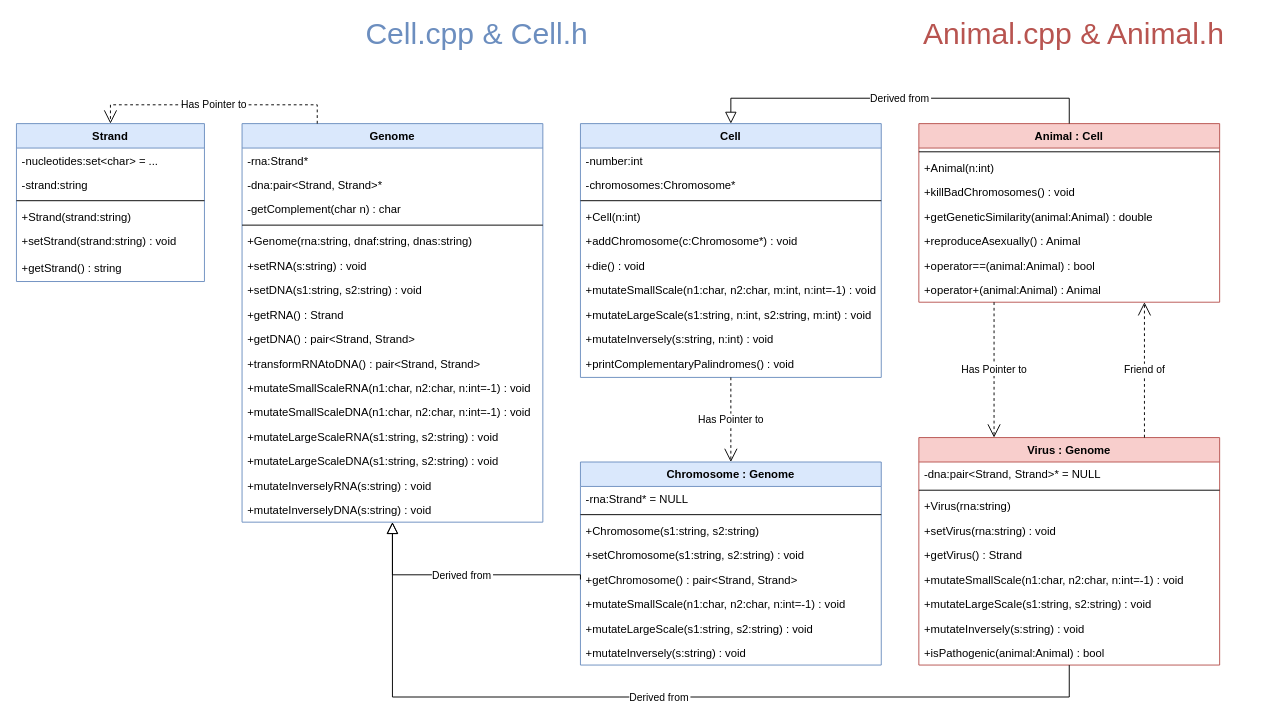
Earlier version of the draw.io diagram schema/classes.drawio (k-forghani/class-of-life). Source tidied: cells renumbered, new cells numbered last; positions are measured from the earlier drawing's top-left corner, leaving out a move shared by most shapes. Both pictures are drawn from the tidied source at 94%, with x=0, y=0 at pixel (16, 20).
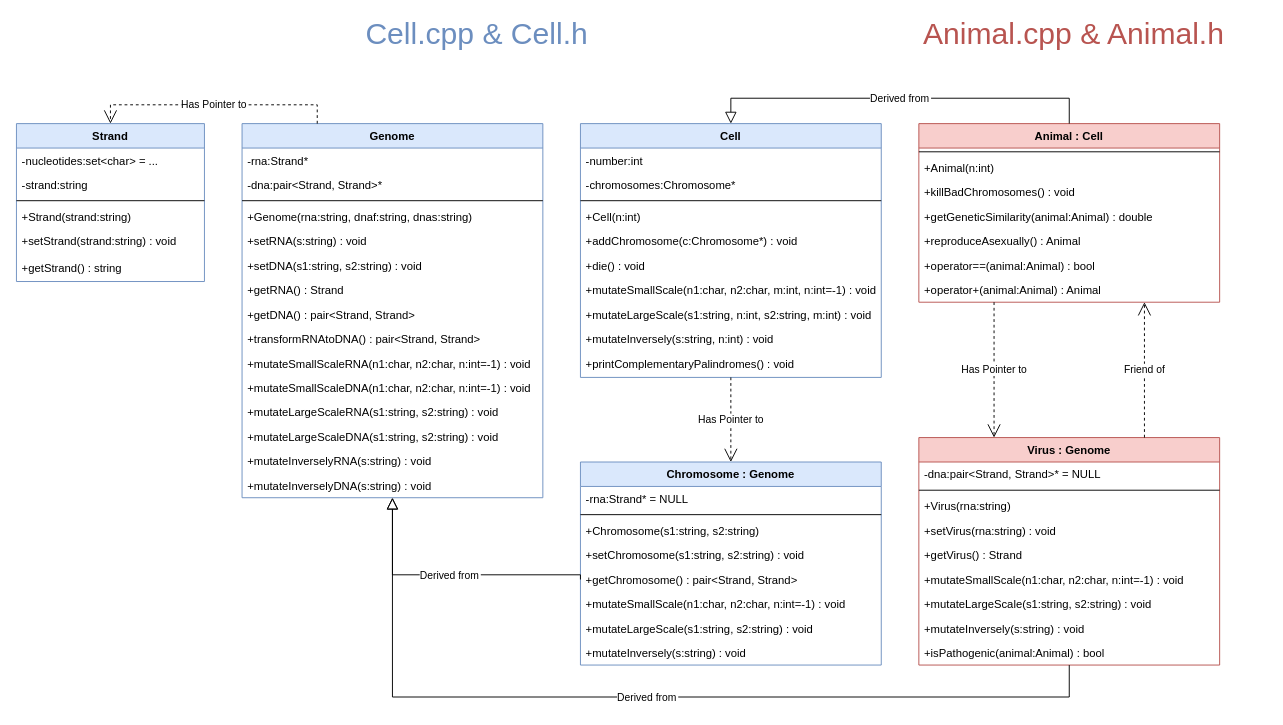
The same diagram, later.

Commit message (it also covers changes not shown here):
Transformed getComplement() into common functions

Change to the diagram source:
```diff
@@
     <mxCell id="2" value="Genome" style="swimlane;fontStyle=1;align=center;verticalAlign=top;horizontal=1;startSize=26;rounded=0;shadow=0;strokeWidth=1;fillColor=#dae8fc;strokeColor=#6c8ebf;gradientColor=none;swimlaneFillColor=default;" parent="1" vertex="1">
-      <mxGeometry x="240" y="110" width="320" height="424" as="geometry" />
+      <mxGeometry x="240" y="110" width="320" height="398" as="geometry" />
     </mxCell>
@@
-    <mxCell id="5" value="-getComplement(char n) : char" style="text;align=left;verticalAlign=top;spacingLeft=4;spacingRight=4;overflow=hidden;" parent="2" vertex="1">
-      <mxGeometry y="78" width="320" height="26" as="geometry" />
-    </mxCell>
     <mxCell id="6" style="line;html=1;strokeWidth=1;align=left;verticalAlign=middle;spacingTop=-1;spacingLeft=3;spacingRight=3;labelPosition=right;" parent="2" vertex="1">
-      <mxGeometry y="104" width="320" height="8" as="geometry" />
+      <mxGeometry y="78" width="320" height="8" as="geometry" />
     </mxCell>
     <mxCell id="7" value="+Genome(rna:string, dnaf:string, dnas:string)" style="text;align=left;verticalAlign=top;spacingLeft=4;spacingRight=4;overflow=hidden;" parent="2" vertex="1">
-      <mxGeometry y="112" width="320" height="26" as="geometry" />
+      <mxGeometry y="86" width="320" height="26" as="geometry" />
     </mxCell>
     <mxCell id="8" value="+setRNA(s:string) : void" style="text;align=left;verticalAlign=top;spacingLeft=4;spacingRight=4;overflow=hidden;" parent="2" vertex="1">
-      <mxGeometry y="138" width="320" height="26" as="geometry" />
+      <mxGeometry y="112" width="320" height="26" as="geometry" />
     </mxCell>
     <mxCell id="9" value="+setDNA(s1:string, s2:string) : void" style="text;align=left;verticalAlign=top;spacingLeft=4;spacingRight=4;overflow=hidden;" parent="2" vertex="1">
-      <mxGeometry y="164" width="320" height="26" as="geometry" />
+      <mxGeometry y="138" width="320" height="26" as="geometry" />
     </mxCell>
     <mxCell id="10" value="+getRNA() : Strand" style="text;align=left;verticalAlign=top;spacingLeft=4;spacingRight=4;overflow=hidden;" parent="2" vertex="1">
-      <mxGeometry y="190" width="320" height="26" as="geometry" />
+      <mxGeometry y="164" width="320" height="26" as="geometry" />
     </mxCell>
     <mxCell id="11" value="+getDNA() : pair&lt;Strand, Strand&gt;" style="text;align=left;verticalAlign=top;spacingLeft=4;spacingRight=4;overflow=hidden;" parent="2" vertex="1">
-      <mxGeometry y="216" width="320" height="26" as="geometry" />
+      <mxGeometry y="190" width="320" height="26" as="geometry" />
     </mxCell>
     <mxCell id="12" value="+transformRNAtoDNA() : pair&lt;Strand, Strand&gt;" style="text;align=left;verticalAlign=top;spacingLeft=4;spacingRight=4;overflow=hidden;" parent="2" vertex="1">
-      <mxGeometry y="242" width="320" height="26" as="geometry" />
+      <mxGeometry y="216" width="320" height="26" as="geometry" />
     </mxCell>
     <mxCell id="13" value="+mutateSmallScaleRNA(n1:char, n2:char, n:int=-1) : void" style="text;align=left;verticalAlign=top;spacingLeft=4;spacingRight=4;overflow=hidden;" parent="2" vertex="1">
-      <mxGeometry y="268" width="320" height="26" as="geometry" />
+      <mxGeometry y="242" width="320" height="26" as="geometry" />
     </mxCell>
     <mxCell id="14" value="+mutateSmallScaleDNA(n1:char, n2:char, n:int=-1) : void" style="text;align=left;verticalAlign=top;spacingLeft=4;spacingRight=4;overflow=hidden;" parent="2" vertex="1">
-      <mxGeometry y="294" width="320" height="26" as="geometry" />
+      <mxGeometry y="268" width="320" height="26" as="geometry" />
     </mxCell>
     <mxCell id="15" value="+mutateLargeScaleRNA(s1:string, s2:string) : void" style="text;align=left;verticalAlign=top;spacingLeft=4;spacingRight=4;overflow=hidden;" parent="2" vertex="1">
-      <mxGeometry y="320" width="320" height="26" as="geometry" />
+      <mxGeometry y="294" width="320" height="26" as="geometry" />
     </mxCell>
     <mxCell id="16" value="+mutateLargeScaleDNA(s1:string, s2:string) : void" style="text;align=left;verticalAlign=top;spacingLeft=4;spacingRight=4;overflow=hidden;" parent="2" vertex="1">
-      <mxGeometry y="346" width="320" height="26" as="geometry" />
+      <mxGeometry y="320" width="320" height="26" as="geometry" />
     </mxCell>
     <mxCell id="17" value="+mutateInverselyRNA(s:string) : void" style="text;align=left;verticalAlign=top;spacingLeft=4;spacingRight=4;overflow=hidden;" parent="2" vertex="1">
-      <mxGeometry y="372" width="320" height="26" as="geometry" />
+      <mxGeometry y="346" width="320" height="26" as="geometry" />
     </mxCell>
     <mxCell id="18" value="+mutateInverselyDNA(s:string) : void" style="text;align=left;verticalAlign=top;spacingLeft=4;spacingRight=4;overflow=hidden;" parent="2" vertex="1">
-      <mxGeometry y="398" width="320" height="26" as="geometry" />
+      <mxGeometry y="372" width="320" height="26" as="geometry" />
     </mxCell>
```
